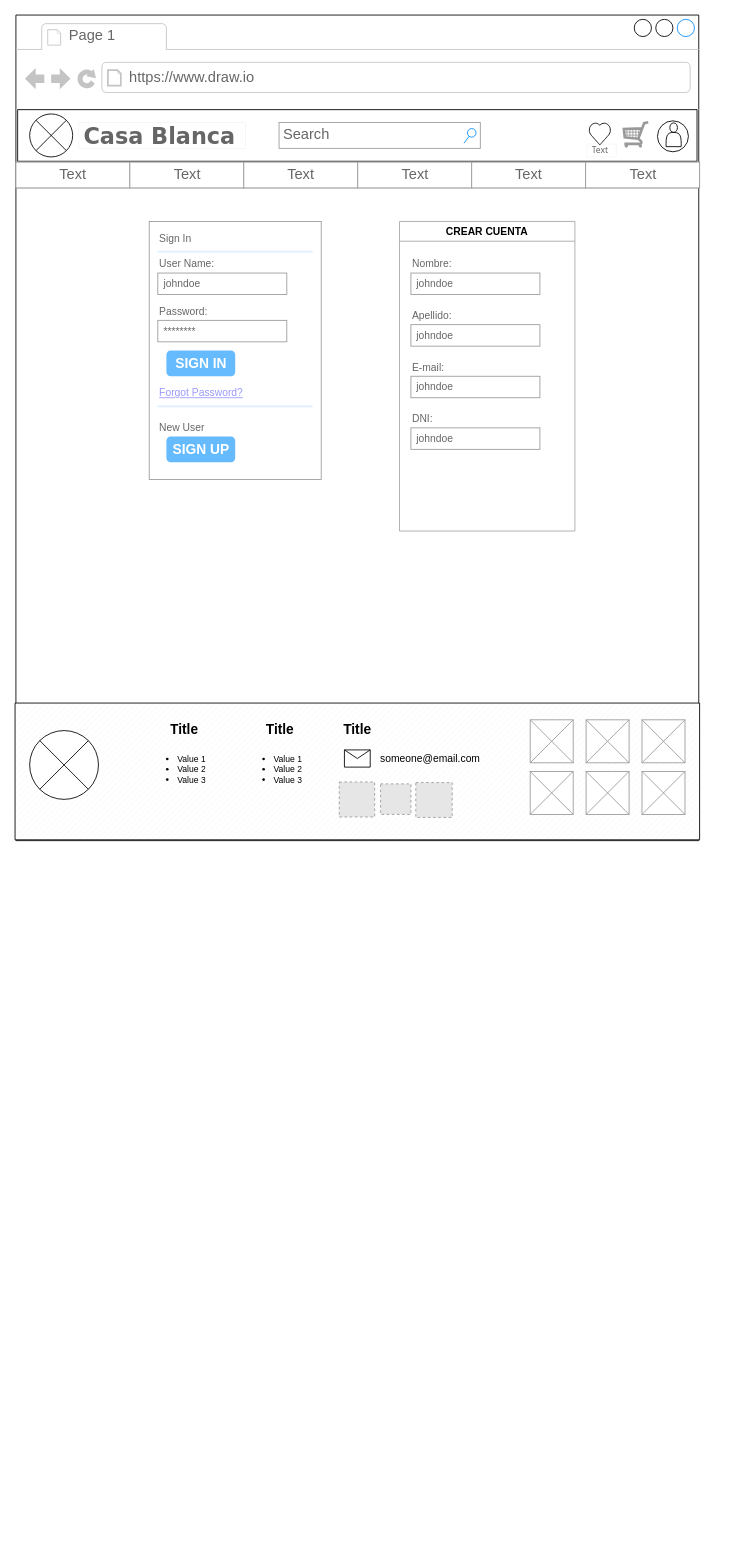
This is Wireframe form registro.drawio from belutoranzo/digitalh, a draw.io file, before an edit. Source tidied: cells renumbered, new cells numbered last; positions are measured from the earlier drawing's top-left corner, leaving out a move shared by most shapes. Both pictures are drawn from the tidied source at 86%, with x=0, y=0 at pixel (15, 15). Pictures stored in the file or linked from it are replaced by grey dashed boxes.
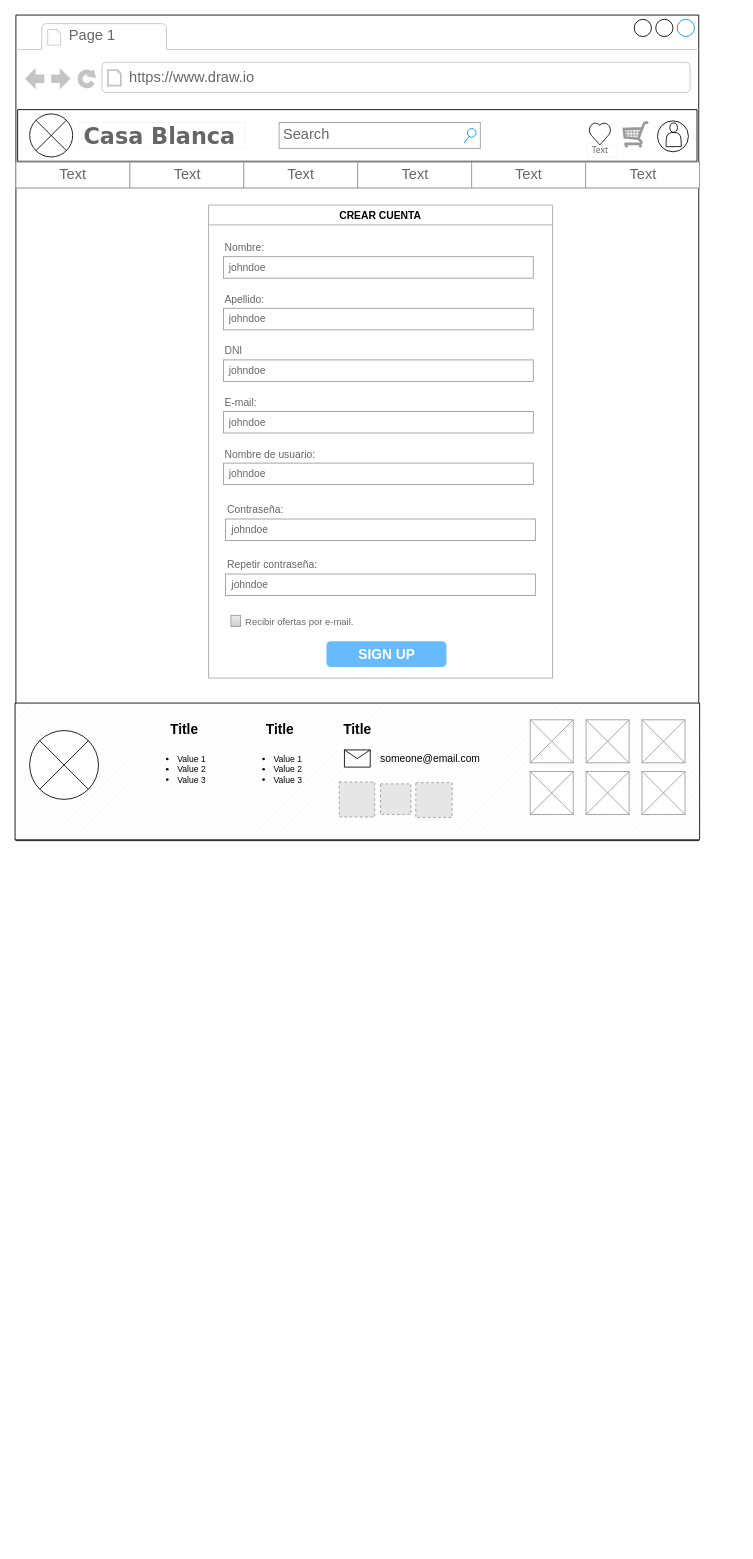
After the change.

Unchanged cells that the change refers to:
```xml
<mxCell id="2" style="strokeWidth=1;shadow=0;dashed=0;align=center;html=1;shape=mxgraph.mockup.containers.browserWindow;rSize=0;strokeColor2=#008cff;strokeColor3=#c4c4c4;mainText=,;" parent="1" vertex="1">
  <mxGeometry x="1" width="794" height="960" as="geometry" />
</mxCell>
```

What changed in the source:
```diff
@@
     <mxCell id="42" value="CREAR CUENTA" style="swimlane;strokeColor=#A6A6A6;" parent="2" vertex="1">
-      <mxGeometry x="446" y="240" width="204" height="360" as="geometry" />
+      <mxGeometry x="224" y="221" width="400" height="550" as="geometry" />
     </mxCell>
+    <mxCell id="70" style="group;" parent="42" vertex="1">
+      <mxGeometry x="17.3" y="40" width="362.7" height="450" as="geometry" />
+    </mxCell>
+    <mxCell id="71" style="group;" parent="70" vertex="1">
+      <mxGeometry width="362.7" height="450" as="geometry" />
+    </mxCell>
+    <mxCell id="72" style="group;" parent="71" vertex="1">
+      <mxGeometry width="360.3" height="450" as="geometry" />
+    </mxCell>
-    <mxCell id="43" value="Nombre:" style="strokeWidth=1;shadow=0;dashed=0;align=center;html=1;shape=mxgraph.mockup.forms.anchor;fontSize=12;fontColor=#666666;align=left;spacingLeft=0;" parent="42" vertex="1">
-      <mxGeometry x="13.3" y="40" width="100" height="20" as="geometry" />
+    <mxCell id="43" value="Nombre:" style="strokeWidth=1;shadow=0;dashed=0;align=center;html=1;shape=mxgraph.mockup.forms.anchor;fontSize=12;fontColor=#666666;align=left;spacingLeft=0;" parent="72" vertex="1">
+      <mxGeometry width="174.3" height="20" as="geometry" />
     </mxCell>
-    <mxCell id="44" value="johndoe" style="strokeWidth=1;shadow=0;dashed=0;align=center;html=1;shape=mxgraph.mockup.forms.rrect;rSize=0;strokeColor=#999999;fontColor=#666666;align=left;spacingLeft=5;" parent="42" vertex="1">
-      <mxGeometry x="13.3" y="60" width="150" height="25" as="geometry" />
+    <mxCell id="44" value="johndoe" style="strokeWidth=1;shadow=0;dashed=0;align=center;html=1;shape=mxgraph.mockup.forms.rrect;rSize=0;strokeColor=#999999;fontColor=#666666;align=left;spacingLeft=5;" parent="72" vertex="1">
+      <mxGeometry y="20" width="360.3" height="25" as="geometry" />
     </mxCell>
-    <mxCell id="45" value="Apellido:" style="strokeWidth=1;shadow=0;dashed=0;align=center;html=1;shape=mxgraph.mockup.forms.anchor;fontSize=12;fontColor=#666666;align=left;spacingLeft=0;" parent="42" vertex="1">
-      <mxGeometry x="13.3" y="100" width="100" height="20" as="geometry" />
+    <mxCell id="45" value="Apellido:" style="strokeWidth=1;shadow=0;dashed=0;align=center;html=1;shape=mxgraph.mockup.forms.anchor;fontSize=12;fontColor=#666666;align=left;spacingLeft=0;" parent="72" vertex="1">
+      <mxGeometry y="60" width="174.3" height="20" as="geometry" />
     </mxCell>
-    <mxCell id="46" value="johndoe" style="strokeWidth=1;shadow=0;dashed=0;align=center;html=1;shape=mxgraph.mockup.forms.rrect;rSize=0;strokeColor=#999999;fontColor=#666666;align=left;spacingLeft=5;" parent="42" vertex="1">
-      <mxGeometry x="13.3" y="120" width="150" height="25" as="geometry" />
+    <mxCell id="46" value="johndoe" style="strokeWidth=1;shadow=0;dashed=0;align=center;html=1;shape=mxgraph.mockup.forms.rrect;rSize=0;strokeColor=#999999;fontColor=#666666;align=left;spacingLeft=5;" parent="72" vertex="1">
+      <mxGeometry y="80" width="360.3" height="25" as="geometry" />
     </mxCell>
-    <mxCell id="47" value="E-mail:" style="strokeWidth=1;shadow=0;dashed=0;align=center;html=1;shape=mxgraph.mockup.forms.anchor;fontSize=12;fontColor=#666666;align=left;spacingLeft=0;" parent="42" vertex="1">
-      <mxGeometry x="13.3" y="160" width="100" height="20" as="geometry" />
+    <mxCell id="47" value="DNI" style="strokeWidth=1;shadow=0;dashed=0;align=center;html=1;shape=mxgraph.mockup.forms.anchor;fontSize=12;fontColor=#666666;align=left;spacingLeft=0;" parent="72" vertex="1">
+      <mxGeometry y="120" width="174.3" height="20" as="geometry" />
     </mxCell>
-    <mxCell id="48" value="johndoe" style="strokeWidth=1;shadow=0;dashed=0;align=center;html=1;shape=mxgraph.mockup.forms.rrect;rSize=0;strokeColor=#999999;fontColor=#666666;align=left;spacingLeft=5;" parent="42" vertex="1">
-      <mxGeometry x="13.3" y="180" width="150" height="25" as="geometry" />
+    <mxCell id="48" value="johndoe" style="strokeWidth=1;shadow=0;dashed=0;align=center;html=1;shape=mxgraph.mockup.forms.rrect;rSize=0;strokeColor=#999999;fontColor=#666666;align=left;spacingLeft=5;" parent="72" vertex="1">
+      <mxGeometry y="140" width="360.3" height="25" as="geometry" />
     </mxCell>
-    <mxCell id="49" value="DNI:" style="strokeWidth=1;shadow=0;dashed=0;align=center;html=1;shape=mxgraph.mockup.forms.anchor;fontSize=12;fontColor=#666666;align=left;spacingLeft=0;" parent="42" vertex="1">
-      <mxGeometry x="13.3" y="220" width="100" height="20" as="geometry" />
+    <mxCell id="49" value="E-mail:" style="strokeWidth=1;shadow=0;dashed=0;align=center;html=1;shape=mxgraph.mockup.forms.anchor;fontSize=12;fontColor=#666666;align=left;spacingLeft=0;" parent="72" vertex="1">
+      <mxGeometry y="180" width="174.3" height="20" as="geometry" />
     </mxCell>
-    <mxCell id="50" value="johndoe" style="strokeWidth=1;shadow=0;dashed=0;align=center;html=1;shape=mxgraph.mockup.forms.rrect;rSize=0;strokeColor=#999999;fontColor=#666666;align=left;spacingLeft=5;" parent="42" vertex="1">
-      <mxGeometry x="13.3" y="240" width="150" height="25" as="geometry" />
+    <mxCell id="50" value="johndoe" style="strokeWidth=1;shadow=0;dashed=0;align=center;html=1;shape=mxgraph.mockup.forms.rrect;rSize=0;strokeColor=#999999;fontColor=#666666;align=left;spacingLeft=5;" parent="72" vertex="1">
+      <mxGeometry y="200" width="360.3" height="25" as="geometry" />
     </mxCell>
-    <mxCell id="51" style="strokeWidth=1;shadow=0;dashed=0;align=center;html=1;shape=mxgraph.mockup.forms.rrect;rSize=0;strokeColor=#999999;fillColor=#ffffff;" parent="2" vertex="1">
-      <mxGeometry x="155" y="240" width="200" height="300" as="geometry" />
-    </mxCell>
-    <mxCell id="52" value="Sign In" style="strokeWidth=1;shadow=0;dashed=0;align=center;html=1;shape=mxgraph.mockup.forms.anchor;fontSize=12;fontColor=#666666;align=left;spacingLeft=0;" parent="51" vertex="1">
-      <mxGeometry width="100" height="20" relative="1" as="geometry">
-        <mxPoint x="10" y="10" as="offset" />
-      </mxGeometry>
-    </mxCell>
-    <mxCell id="53" style="shape=line;strokeColor=#ddeeff;strokeWidth=2;html=1;" parent="51" vertex="1">
-      <mxGeometry width="180" height="10" relative="1" as="geometry">
-        <mxPoint x="10" y="30" as="offset" />
-      </mxGeometry>
-    </mxCell>
-    <mxCell id="54" value="User Name:" style="strokeWidth=1;shadow=0;dashed=0;align=center;html=1;shape=mxgraph.mockup.forms.anchor;fontSize=12;fontColor=#666666;align=left;spacingLeft=0;" parent="51" vertex="1">
-      <mxGeometry width="100" height="20" relative="1" as="geometry">
-        <mxPoint x="10" y="40" as="offset" />
-      </mxGeometry>
-    </mxCell>
-    <mxCell id="55" value="johndoe" style="strokeWidth=1;shadow=0;dashed=0;align=center;html=1;shape=mxgraph.mockup.forms.rrect;rSize=0;strokeColor=#999999;fontColor=#666666;align=left;spacingLeft=5;" parent="51" vertex="1">
-      <mxGeometry width="150" height="25" relative="1" as="geometry">
-        <mxPoint x="10" y="60" as="offset" />
-      </mxGeometry>
-    </mxCell>
-    <mxCell id="56" value="Password:" style="strokeWidth=1;shadow=0;dashed=0;align=center;html=1;shape=mxgraph.mockup.forms.anchor;fontSize=12;fontColor=#666666;align=left;spacingLeft=0;" parent="51" vertex="1">
-      <mxGeometry width="100" height="20" relative="1" as="geometry">
-        <mxPoint x="10" y="95" as="offset" />
-      </mxGeometry>
-    </mxCell>
-    <mxCell id="57" value="********" style="strokeWidth=1;shadow=0;dashed=0;align=center;html=1;shape=mxgraph.mockup.forms.rrect;rSize=0;strokeColor=#999999;fontColor=#666666;align=left;spacingLeft=5;" parent="51" vertex="1">
-      <mxGeometry width="150" height="25" relative="1" as="geometry">
-        <mxPoint x="10" y="115" as="offset" />
-      </mxGeometry>
-    </mxCell>
-    <mxCell id="58" value="SIGN IN" style="strokeWidth=1;shadow=0;dashed=0;align=center;html=1;shape=mxgraph.mockup.forms.rrect;rSize=5;strokeColor=none;fontColor=#ffffff;fillColor=#66bbff;fontSize=16;fontStyle=1;" parent="51" vertex="1">
-      <mxGeometry y="1" width="80" height="30" relative="1" as="geometry">
-        <mxPoint x="20" y="-150" as="offset" />
-      </mxGeometry>
-    </mxCell>
-    <mxCell id="59" value="Forgot Password?" style="strokeWidth=1;shadow=0;dashed=0;align=center;html=1;shape=mxgraph.mockup.forms.anchor;fontSize=12;fontColor=#9999ff;align=left;spacingLeft=0;fontStyle=4;" parent="51" vertex="1">
-      <mxGeometry y="1" width="150" height="20" relative="1" as="geometry">
-        <mxPoint x="10" y="-110" as="offset" />
-      </mxGeometry>
-    </mxCell>
-    <mxCell id="60" style="shape=line;strokeColor=#ddeeff;strokeWidth=2;html=1;" parent="51" vertex="1">
-      <mxGeometry y="1" width="180" height="10" relative="1" as="geometry">
-        <mxPoint x="10" y="-90" as="offset" />
-      </mxGeometry>
-    </mxCell>
-    <mxCell id="61" value="New User" style="strokeWidth=1;shadow=0;dashed=0;align=center;html=1;shape=mxgraph.mockup.forms.anchor;fontSize=12;fontColor=#666666;align=left;spacingLeft=0;" parent="51" vertex="1">
-      <mxGeometry y="1" width="150" height="20" relative="1" as="geometry">
-        <mxPoint x="10" y="-70" as="offset" />
-      </mxGeometry>
-    </mxCell>
+    <mxCell id="73" value="&lt;font style=&quot;font-size: 11px;&quot;&gt;Recibir ofertas por e&lt;/font&gt;&lt;font style=&quot;font-size: 11px;&quot;&gt;&lt;font style=&quot;&quot;&gt;-&lt;/font&gt;mail.&lt;/font&gt;" style="strokeWidth=1;shadow=0;dashed=0;align=center;html=1;shape=mxgraph.mockup.forms.rrect;rSize=0;fillColor=#eeeeee;strokeColor=#999999;gradientColor=#cccccc;align=left;spacingLeft=4;fontSize=17;fontColor=#666666;labelPosition=right;" parent="72" vertex="1">
+      <mxGeometry x="8.7" y="437" width="11.3" height="13" as="geometry" />
+    </mxCell>
-    <mxCell id="62" value="SIGN UP" style="strokeWidth=1;shadow=0;dashed=0;align=center;html=1;shape=mxgraph.mockup.forms.rrect;rSize=5;strokeColor=none;fontColor=#ffffff;fillColor=#66bbff;fontSize=16;fontStyle=1;" parent="51" vertex="1">
-      <mxGeometry y="1" width="80" height="30" relative="1" as="geometry">
-        <mxPoint x="20" y="-50" as="offset" />
-      </mxGeometry>
+    <mxCell id="62" value="SIGN UP" style="strokeWidth=1;shadow=0;dashed=0;align=center;html=1;shape=mxgraph.mockup.forms.rrect;rSize=5;strokeColor=none;fontColor=#ffffff;fillColor=#66bbff;fontSize=16;fontStyle=1;" parent="72" vertex="1">
+      <mxGeometry x="119.8" y="467" width="139.5" height="30" as="geometry" />
     </mxCell>
+    <mxCell id="74" value="Nombre de usuario:" style="strokeWidth=1;shadow=0;dashed=0;align=center;html=1;shape=mxgraph.mockup.forms.anchor;fontSize=12;fontColor=#666666;align=left;spacingLeft=0;" parent="71" vertex="1">
+      <mxGeometry y="240" width="174.3" height="20" as="geometry" />
+    </mxCell>
+    <mxCell id="75" value="johndoe" style="strokeWidth=1;shadow=0;dashed=0;align=center;html=1;shape=mxgraph.mockup.forms.rrect;rSize=0;strokeColor=#999999;fontColor=#666666;align=left;spacingLeft=5;" parent="71" vertex="1">
+      <mxGeometry y="260" width="360.3" height="25" as="geometry" />
+    </mxCell>
+    <mxCell id="76" value="johndoe" style="strokeWidth=1;shadow=0;dashed=0;align=center;html=1;shape=mxgraph.mockup.forms.rrect;rSize=0;strokeColor=#999999;fontColor=#666666;align=left;spacingLeft=5;" parent="71" vertex="1">
+      <mxGeometry x="2.4" y="325" width="360.3" height="25" as="geometry" />
+    </mxCell>
+    <mxCell id="77" value="Contraseña:" style="strokeWidth=1;shadow=0;dashed=0;align=center;html=1;shape=mxgraph.mockup.forms.anchor;fontSize=12;fontColor=#666666;align=left;spacingLeft=0;" parent="71" vertex="1">
+      <mxGeometry x="2.4" y="305" width="174.3" height="20" as="geometry" />
+    </mxCell>
+    <mxCell id="78" value="johndoe" style="strokeWidth=1;shadow=0;dashed=0;align=center;html=1;shape=mxgraph.mockup.forms.rrect;rSize=0;strokeColor=#999999;fontColor=#666666;align=left;spacingLeft=5;" parent="70" vertex="1">
+      <mxGeometry x="2.4" y="389" width="360.3" height="25" as="geometry" />
+    </mxCell>
+    <mxCell id="79" value="Repetir contraseña:" style="strokeWidth=1;shadow=0;dashed=0;align=center;html=1;shape=mxgraph.mockup.forms.anchor;fontSize=12;fontColor=#666666;align=left;spacingLeft=0;" parent="70" vertex="1">
+      <mxGeometry x="2.4" y="369" width="174.3" height="20" as="geometry" />
+    </mxCell>
```
